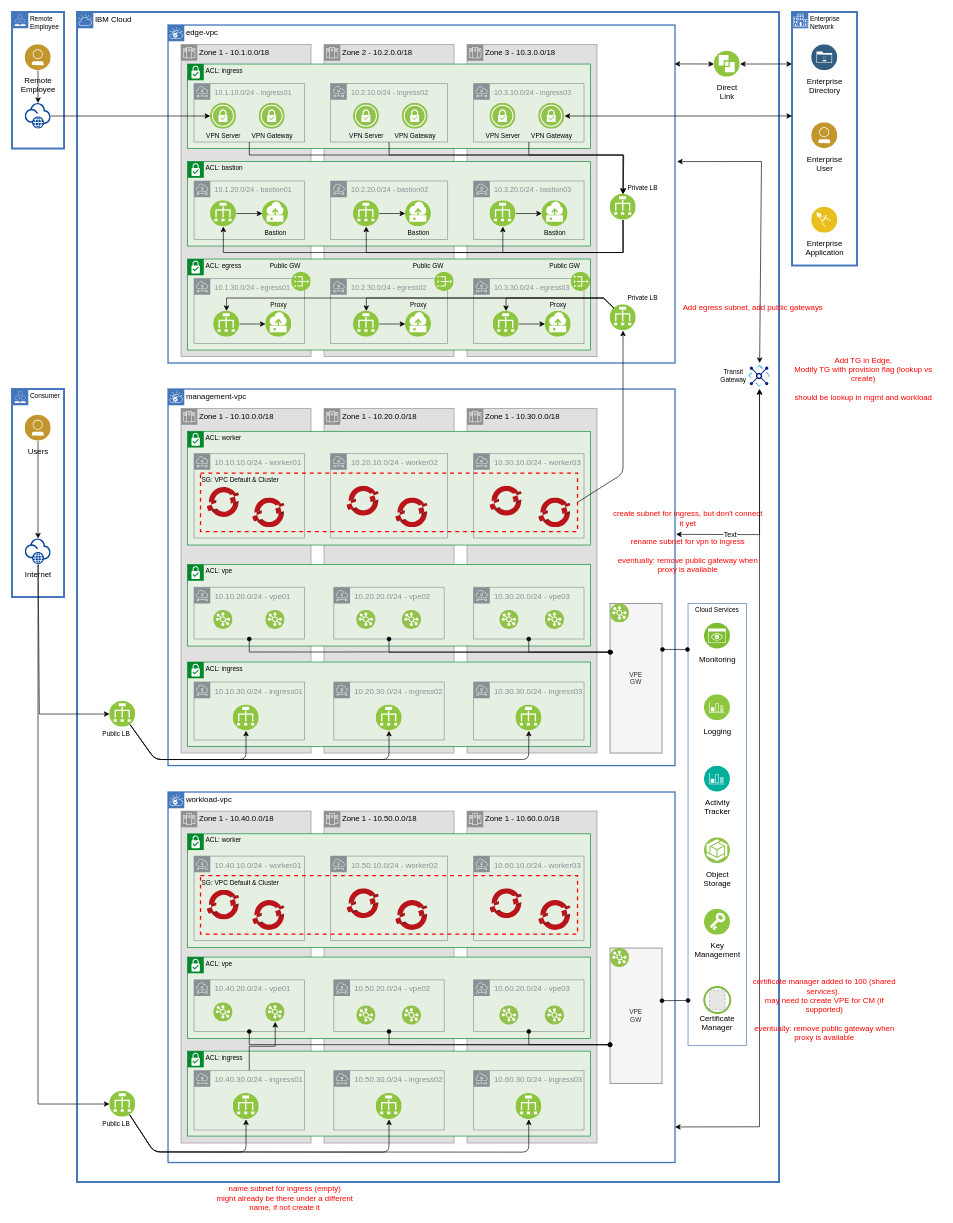
cloud-native-toolkit/iascable keeps this draw.io diagram as ref-arch-diagrams/fscloud-reference-architecture.drawio. Above is the earlier version. Source tidied: cells renumbered, new cells numbered last; positions are measured from the earlier drawing's top-left corner, leaving out a move shared by most shapes. Both pictures are drawn from the tidied source at 65%, with x=0, y=0 at pixel (12, 12). Pictures stored in the file or linked from it are replaced by grey dashed boxes.
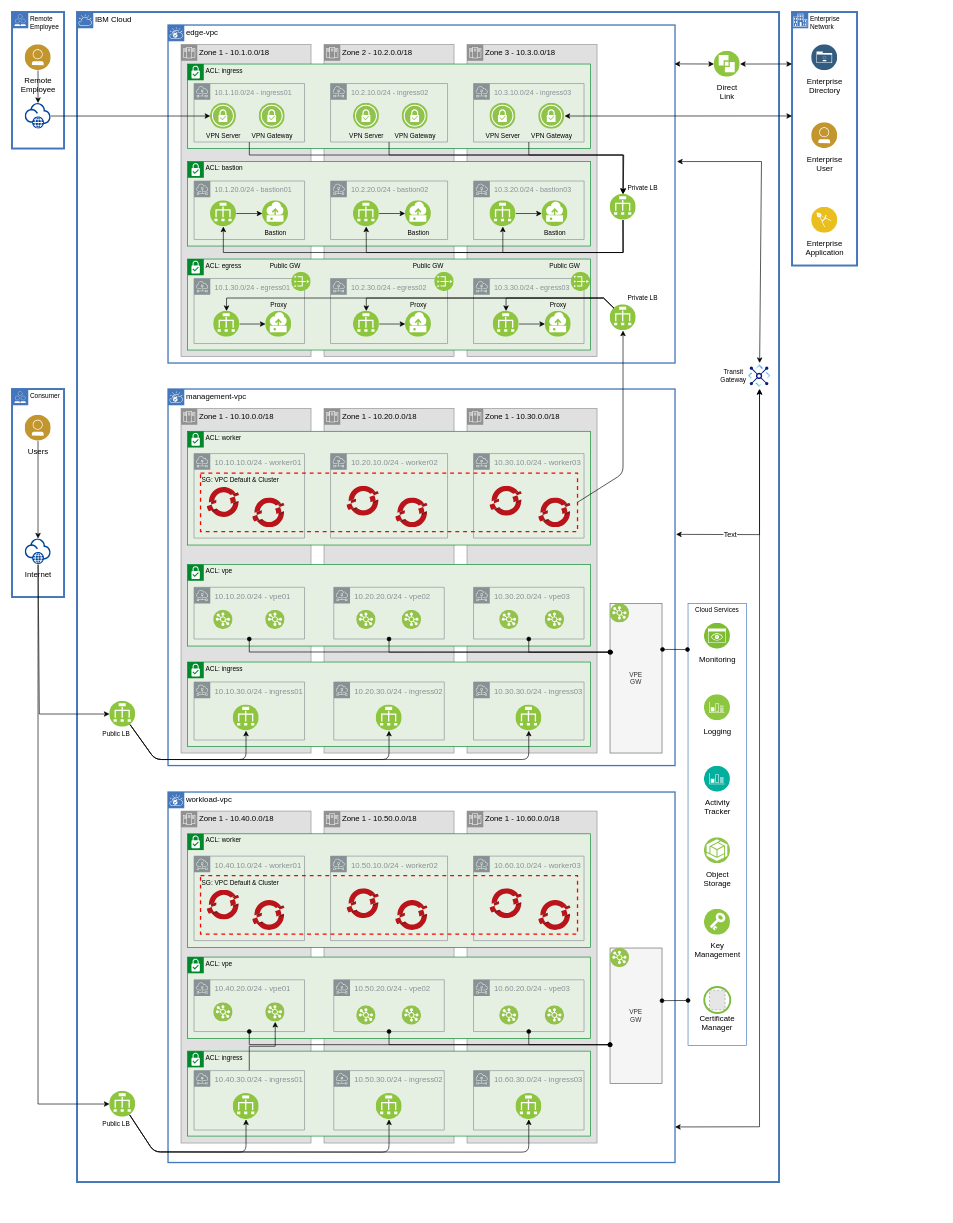
The same diagram, later.

Commit message (it also covers changes not shown here):
updated ref arch diagrams

The change refers to these unchanged cells:
```xml
<mxCell id="2" value="IBM Cloud" style="shape=mxgraph.ibm.box;prType=cloud;fontStyle=0;verticalAlign=top;align=left;spacingLeft=32;spacingTop=4;fillColor=none;rounded=0;whiteSpace=wrap;html=1;strokeColor=#4376BB;strokeWidth=3;dashed=0;spacing=-4;" parent="1" vertex="1">
  <mxGeometry x="100" width="1080" height="1800" as="geometry" />
</mxCell>
<mxCell id="4" value="management-vpc" style="shape=mxgraph.ibm.box;prType=vpc;fontStyle=0;verticalAlign=top;align=left;spacingLeft=32;spacingTop=4;fillColor=none;rounded=0;whiteSpace=wrap;html=1;strokeColor=#4376BB;strokeWidth=2;dashed=0;spacing=-4;" parent="2" vertex="1">
  <mxGeometry x="140" y="580" width="780" height="579.3" as="geometry" />
</mxCell>
```

What changed in the source:
```diff
@@
-    <mxCell id="18" value="&lt;font color=&quot;#ff0000&quot;&gt;create subnet for ingress, but don't connect it yet&lt;br&gt;&lt;br&gt;rename subnet for vpn to ingress&lt;br&gt;&lt;br&gt;&lt;/font&gt;&lt;span style=&quot;color: rgb(255 , 0 , 0)&quot;&gt;eventually: remove public gateway when proxy is available&lt;/span&gt;&lt;font color=&quot;#ff0000&quot;&gt;&lt;br&gt;&lt;/font&gt;" style="text;html=1;strokeColor=none;fillColor=none;align=center;verticalAlign=middle;whiteSpace=wrap;rounded=0;" parent="4" vertex="1">
-      <mxGeometry x="680" y="220" width="240" height="30" as="geometry" />
-    </mxCell>
@@
-    <mxCell id="105" value="&lt;font color=&quot;#ff0000&quot;&gt;Add egress subnet, add public gateways&lt;br&gt;&lt;/font&gt;" style="text;html=1;strokeColor=none;fillColor=none;align=center;verticalAlign=middle;whiteSpace=wrap;rounded=0;" parent="2" vertex="1">
-      <mxGeometry x="920" y="440" width="240" height="30" as="geometry" />
-    </mxCell>
@@
-    <mxCell id="198" value="&lt;font color=&quot;#ff0000&quot;&gt;Add TG in Edge,&lt;br&gt;Modify TG with provision flag (lookup vs create)&lt;br&gt;&lt;br&gt;should be lookup in mgmt and workload&lt;br&gt;&lt;/font&gt;" style="text;html=1;strokeColor=none;fillColor=none;align=center;verticalAlign=middle;whiteSpace=wrap;rounded=0;" parent="1" vertex="1">
-      <mxGeometry x="1190" y="549" width="240" height="30" as="geometry" />
-    </mxCell>
-    <mxCell id="199" value="&lt;font color=&quot;#ff0000&quot;&gt;certificate manager added to 100 (shared services),&amp;nbsp;&lt;br&gt;may need to create VPE for CM (if supported)&lt;br&gt;&lt;br&gt;eventually: remove public gateway when proxy is available&lt;br&gt;&lt;/font&gt;" style="text;html=1;strokeColor=none;fillColor=none;align=center;verticalAlign=middle;whiteSpace=wrap;rounded=0;" parent="1" vertex="1">
-      <mxGeometry x="1130" y="1520" width="240" height="30" as="geometry" />
-    </mxCell>
-    <mxCell id="200" value="&lt;font color=&quot;#ff0000&quot;&gt;name subnet for ingress (empty)&lt;br&gt;might already be there under a different name, if not create it&lt;br&gt;&lt;/font&gt;" style="text;html=1;strokeColor=none;fillColor=none;align=center;verticalAlign=middle;whiteSpace=wrap;rounded=0;" parent="1" vertex="1">
-      <mxGeometry x="300" y="1810" width="240" height="30" as="geometry" />
-    </mxCell>
```
